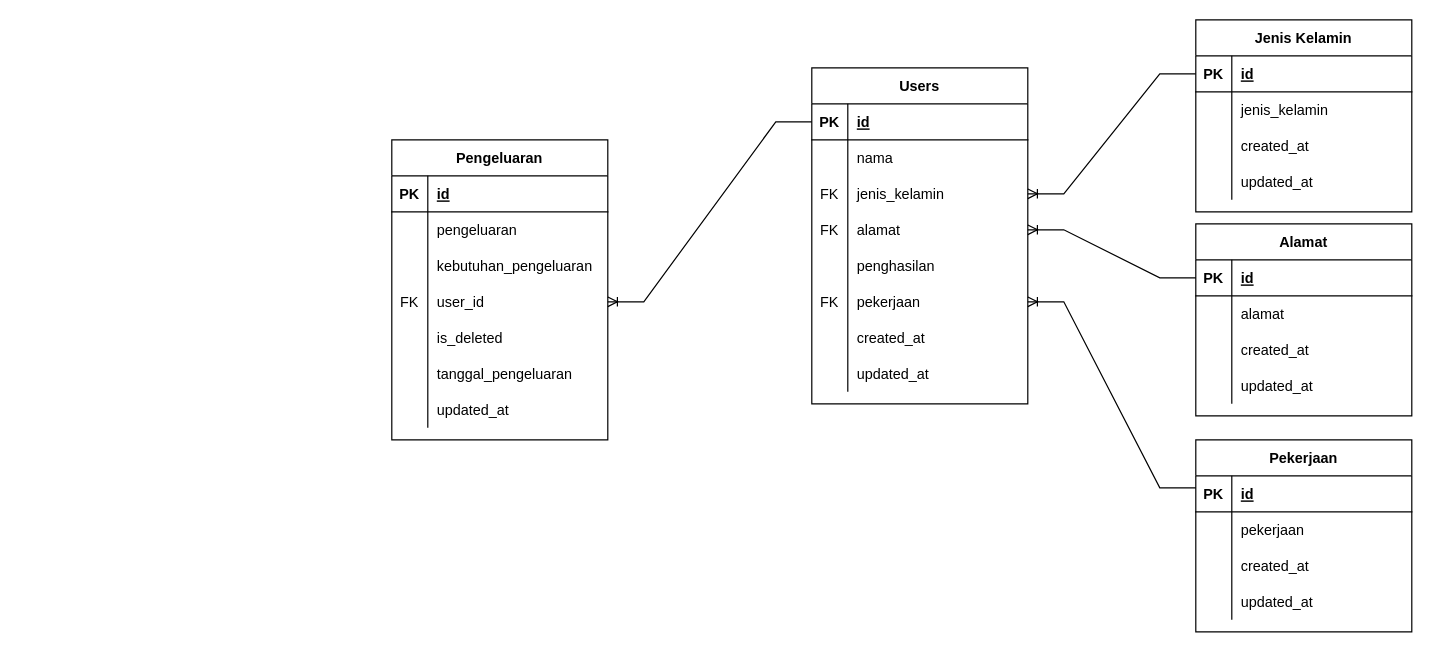
This is page "ERD" (1 of 2) of problem_1/Untitled Diagram.drawio from Yoga3911/alterra_section_15, a draw.io file, before an edit. Source tidied: cells renumbered, new cells numbered last; positions are measured from the earlier drawing's top-left corner, leaving out a move shared by most shapes. Both pictures are drawn from the tidied source at 120%, with x=0, y=0 at pixel (391, 19).
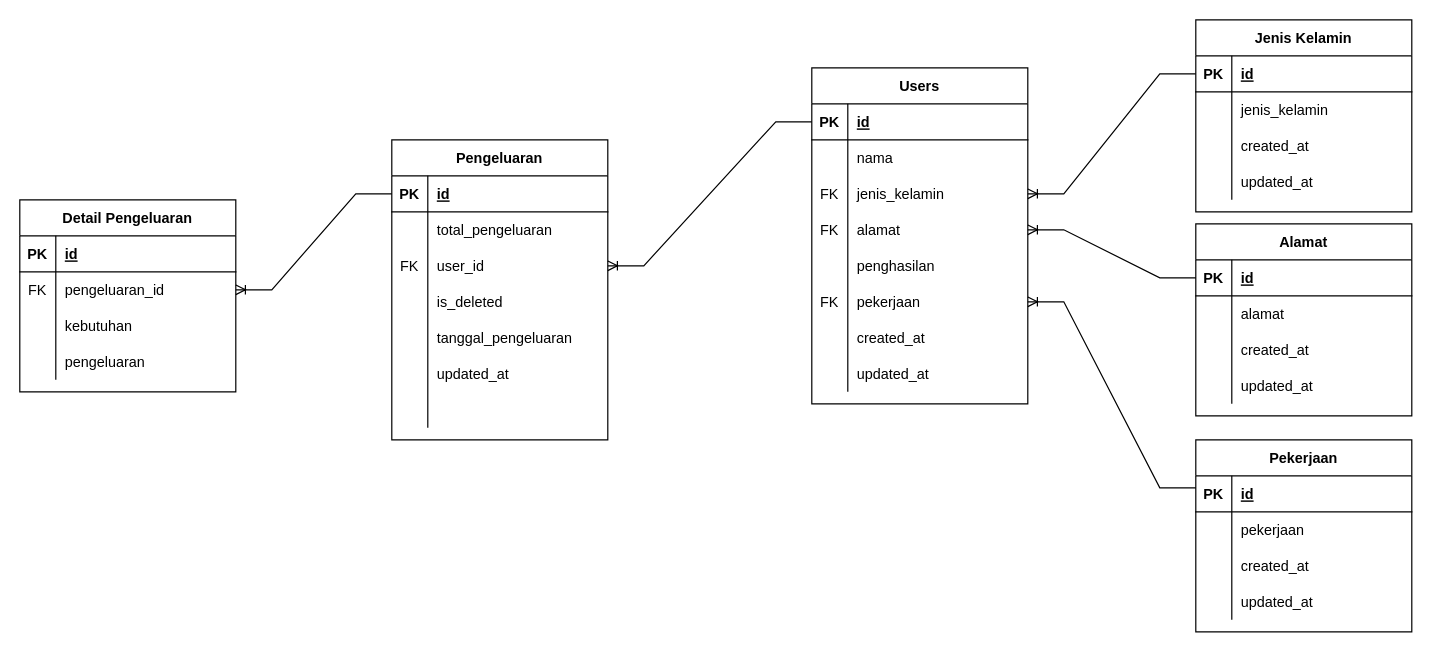
Above is the later version.

Unchanged cells that the change refers to:
```xml
<mxCell id="41" value="Pengeluaran" style="shape=table;startSize=30;childLayout=tableLayout;rowLines=0;fontStyle=1;align=center;" parent="1" vertex="1">
  <mxGeometry y="100" width="180" height="250" as="geometry" />
</mxCell>
<mxCell id="42" style="shape=tableRow;horizontal=0;startSize=0;swimlaneHead=0;swimlaneBody=0;fillColor=none;points=[[0,0.5],[1,0.5]];portConstraint=eastwest;top=0;left=0;right=0;bottom=1;" parent="41" vertex="1">
  <mxGeometry y="30" width="180" height="30" as="geometry" />
</mxCell>
<mxCell id="45" style="shape=tableRow;horizontal=0;startSize=0;swimlaneHead=0;swimlaneBody=0;fillColor=none;top=0;left=0;right=0;bottom=0;" parent="41" vertex="1">
  <mxGeometry y="60" width="180" height="30" as="geometry" />
</mxCell>
```

The edit, as a diff of the source:
```diff
@@
-    <mxCell id="47" value="pengeluaran" style="shape=partialRectangle;fillColor=none;top=0;left=0;bottom=0;right=0;align=left;spacingLeft=6;overflow=hidden;" parent="45" vertex="1">
+    <mxCell id="47" value="total_pengeluaran" style="shape=partialRectangle;fillColor=none;top=0;left=0;bottom=0;right=0;align=left;spacingLeft=6;overflow=hidden;" parent="45" vertex="1">
       <mxGeometry x="30" width="150" height="30" as="geometry" />
     </mxCell>
-    <mxCell id="48" style="shape=tableRow;horizontal=0;startSize=0;swimlaneHead=0;swimlaneBody=0;fillColor=none;top=0;left=0;right=0;bottom=0;" parent="41" vertex="1">
-      <mxGeometry y="90" width="180" height="30" as="geometry" />
-    </mxCell>
-    <mxCell id="49" style="shape=partialRectangle;fillColor=none;top=0;left=0;bottom=0;right=0;overflow=hidden;" parent="48" vertex="1">
-      <mxGeometry width="30" height="30" as="geometry" />
-    </mxCell>
-    <mxCell id="50" value="kebutuhan_pengeluaran" style="shape=partialRectangle;fillColor=none;top=0;left=0;bottom=0;right=0;align=left;spacingLeft=6;overflow=hidden;" parent="48" vertex="1">
-      <mxGeometry x="30" width="150" height="30" as="geometry" />
-    </mxCell>
     <mxCell id="51" style="shape=tableRow;horizontal=0;startSize=0;swimlaneHead=0;swimlaneBody=0;fillColor=none;points=[[0,0.5],[1,0.5]];portConstraint=eastwest;top=0;left=0;right=0;bottom=0;" parent="41" vertex="1">
-      <mxGeometry y="120" width="180" height="30" as="geometry" />
+      <mxGeometry y="90" width="180" height="30" as="geometry" />
     </mxCell>
@@
     <mxCell id="54" style="shape=tableRow;horizontal=0;startSize=0;swimlaneHead=0;swimlaneBody=0;fillColor=none;top=0;left=0;right=0;bottom=0;" parent="41" vertex="1">
-      <mxGeometry y="150" width="180" height="30" as="geometry" />
+      <mxGeometry y="120" width="180" height="30" as="geometry" />
     </mxCell>
@@
     <mxCell id="57" style="shape=tableRow;horizontal=0;startSize=0;swimlaneHead=0;swimlaneBody=0;fillColor=none;top=0;left=0;right=0;bottom=0;" parent="41" vertex="1">
-      <mxGeometry y="180" width="180" height="30" as="geometry" />
+      <mxGeometry y="150" width="180" height="30" as="geometry" />
     </mxCell>
@@
     <mxCell id="60" style="shape=tableRow;horizontal=0;startSize=0;swimlaneHead=0;swimlaneBody=0;fillColor=none;top=0;left=0;right=0;bottom=0;" parent="41" vertex="1">
-      <mxGeometry y="210" width="180" height="30" as="geometry" />
+      <mxGeometry y="180" width="180" height="30" as="geometry" />
     </mxCell>
@@
+    <mxCell id="48" style="shape=tableRow;horizontal=0;startSize=0;swimlaneHead=0;swimlaneBody=0;fillColor=none;top=0;left=0;right=0;bottom=0;" parent="41" vertex="1">
+      <mxGeometry y="210" width="180" height="30" as="geometry" />
+    </mxCell>
+    <mxCell id="49" style="shape=partialRectangle;fillColor=none;top=0;left=0;bottom=0;right=0;overflow=hidden;" parent="48" vertex="1">
+      <mxGeometry width="30" height="30" as="geometry" />
+    </mxCell>
+    <mxCell id="50" style="shape=partialRectangle;fillColor=none;top=0;left=0;bottom=0;right=0;align=left;spacingLeft=6;overflow=hidden;" parent="48" vertex="1">
+      <mxGeometry x="30" width="150" height="30" as="geometry" />
+    </mxCell>
@@
+    <mxCell id="92" value="Detail Pengeluaran" style="shape=table;startSize=30;childLayout=tableLayout;rowLines=0;fontStyle=1;align=center;" parent="1" vertex="1">
+      <mxGeometry x="-310" y="150" width="180" height="160" as="geometry" />
+    </mxCell>
+    <mxCell id="93" style="shape=tableRow;horizontal=0;startSize=0;swimlaneHead=0;swimlaneBody=0;fillColor=none;top=0;left=0;right=0;bottom=1;" parent="92" vertex="1">
+      <mxGeometry y="30" width="180" height="30" as="geometry" />
+    </mxCell>
+    <mxCell id="94" value="PK" style="shape=partialRectangle;fillColor=none;top=0;left=0;bottom=0;right=0;fontStyle=1;overflow=hidden;" parent="93" vertex="1">
+      <mxGeometry width="30" height="30" as="geometry" />
+    </mxCell>
+    <mxCell id="95" value="id" style="shape=partialRectangle;fillColor=none;top=0;left=0;bottom=0;right=0;align=left;spacingLeft=6;fontStyle=5;overflow=hidden;" parent="93" vertex="1">
+      <mxGeometry x="30" width="150" height="30" as="geometry" />
+    </mxCell>
+    <mxCell id="96" style="shape=tableRow;horizontal=0;startSize=0;swimlaneHead=0;swimlaneBody=0;fillColor=none;points=[[0,0.5],[1,0.5]];portConstraint=eastwest;top=0;left=0;right=0;bottom=0;" parent="92" vertex="1">
+      <mxGeometry y="60" width="180" height="30" as="geometry" />
+    </mxCell>
+    <mxCell id="97" value="FK" style="shape=partialRectangle;fillColor=none;top=0;left=0;bottom=0;right=0;overflow=hidden;" parent="96" vertex="1">
+      <mxGeometry width="30" height="30" as="geometry" />
+    </mxCell>
+    <mxCell id="98" value="pengeluaran_id" style="shape=partialRectangle;fillColor=none;top=0;left=0;bottom=0;right=0;align=left;spacingLeft=6;overflow=hidden;" parent="96" vertex="1">
+      <mxGeometry x="30" width="150" height="30" as="geometry" />
+    </mxCell>
+    <mxCell id="99" style="shape=tableRow;horizontal=0;startSize=0;swimlaneHead=0;swimlaneBody=0;fillColor=none;top=0;left=0;right=0;bottom=0;" parent="92" vertex="1">
+      <mxGeometry y="90" width="180" height="30" as="geometry" />
+    </mxCell>
+    <mxCell id="100" style="shape=partialRectangle;fillColor=none;top=0;left=0;bottom=0;right=0;overflow=hidden;" parent="99" vertex="1">
+      <mxGeometry width="30" height="30" as="geometry" />
+    </mxCell>
+    <mxCell id="101" value="kebutuhan" style="shape=partialRectangle;fillColor=none;top=0;left=0;bottom=0;right=0;align=left;spacingLeft=6;overflow=hidden;" parent="99" vertex="1">
+      <mxGeometry x="30" width="150" height="30" as="geometry" />
+    </mxCell>
+    <mxCell id="102" style="shape=tableRow;horizontal=0;startSize=0;swimlaneHead=0;swimlaneBody=0;fillColor=none;top=0;left=0;right=0;bottom=0;" parent="92" vertex="1">
+      <mxGeometry y="120" width="180" height="30" as="geometry" />
+    </mxCell>
+    <mxCell id="103" style="shape=partialRectangle;fillColor=none;top=0;left=0;bottom=0;right=0;overflow=hidden;" parent="102" vertex="1">
+      <mxGeometry width="30" height="30" as="geometry" />
+    </mxCell>
+    <mxCell id="104" value="pengeluaran" style="shape=partialRectangle;fillColor=none;top=0;left=0;bottom=0;right=0;align=left;spacingLeft=6;overflow=hidden;" parent="102" vertex="1">
+      <mxGeometry x="30" width="150" height="30" as="geometry" />
+    </mxCell>
+    <mxCell id="105" style="edgeStyle=entityRelationEdgeStyle;fontSize=12;html=1;endArrow=ERoneToMany;rounded=0;elbow=vertical;entryX=1;entryY=0.5;entryDx=0;entryDy=0;exitX=0;exitY=0.5;exitDx=0;exitDy=0;" parent="1" edge="1" source="42" target="96">
+      <mxGeometry relative="1" as="geometry" />
+    </mxCell>
```
